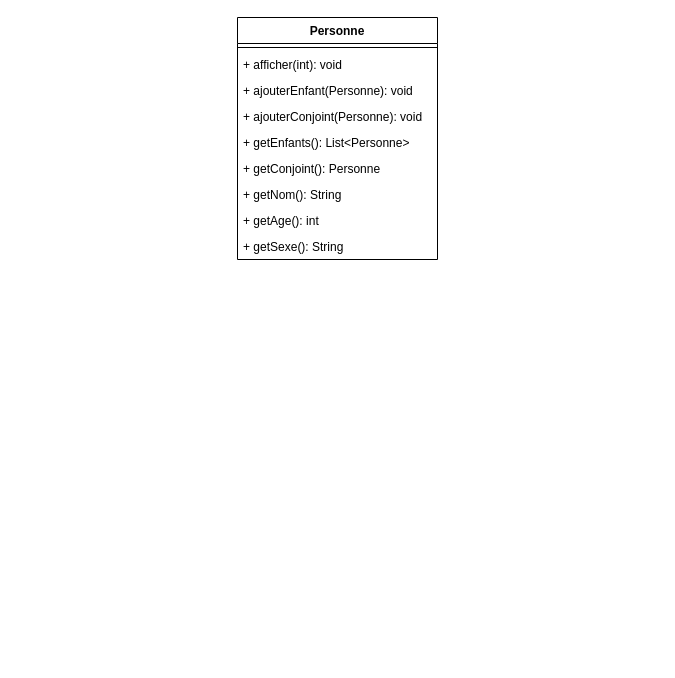
This is src/main/java/structural/composite/composite.drawio from ErwanLT/designPattern, a draw.io file, before an edit. Source tidied: cells renumbered, new cells numbered last; positions are measured from the earlier drawing's top-left corner, leaving out a move shared by most shapes. Both pictures are drawn from the tidied source at 100%, with x=0, y=0 at pixel (237, 17).
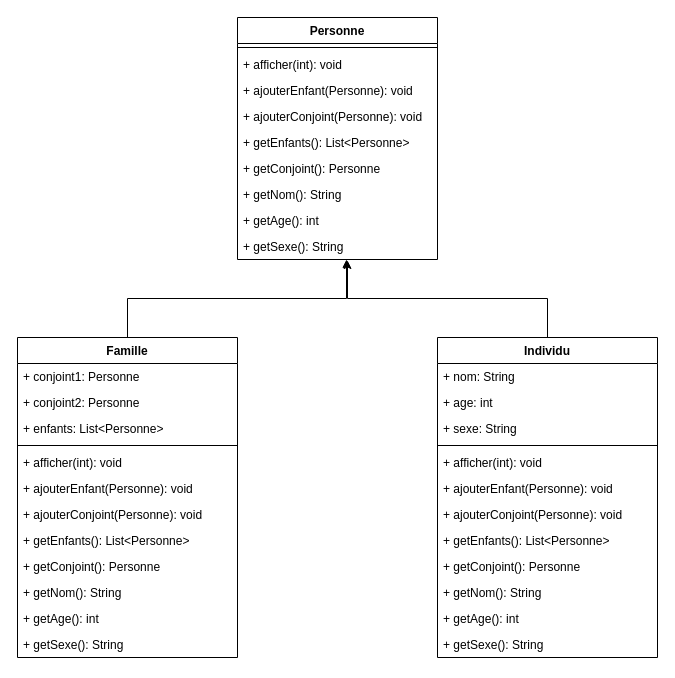
The same diagram, later.

Commit message (it also covers changes not shown here):
Mettre à jour composite.drawio

The change refers to these unchanged cells:
```xml
<mxCell id="11" value="+ getSexe(): String" style="text;strokeColor=none;fillColor=none;align=left;verticalAlign=top;spacingLeft=4;spacingRight=4;overflow=hidden;points=[[0,0.5],[1,0.5]];portConstraint=eastwest;whiteSpace=wrap;html=1;" parent="2" vertex="1">
  <mxGeometry y="216" width="200" height="26" as="geometry" />
</mxCell>
```

Change to the diagram source:
```diff
@@
+    <mxCell id="12" value="Famille" style="swimlane;fontStyle=1;align=center;verticalAlign=top;horizontal=1;startSize=26;whiteSpace=wrap;html=1;" parent="1" vertex="1">
+      <mxGeometry x="-220" y="320" width="220" height="320" as="geometry" />
+    </mxCell>
+    <mxCell id="13" value="+ conjoint1: Personne" style="text;strokeColor=none;fillColor=none;align=left;verticalAlign=top;spacingLeft=4;spacingRight=4;overflow=hidden;whiteSpace=wrap;html=1;" parent="12" vertex="1">
+      <mxGeometry y="26" width="220" height="26" as="geometry" />
+    </mxCell>
+    <mxCell id="14" value="+ conjoint2: Personne" style="text;strokeColor=none;fillColor=none;align=left;verticalAlign=top;spacingLeft=4;spacingRight=4;overflow=hidden;whiteSpace=wrap;html=1;" parent="12" vertex="1">
+      <mxGeometry y="52" width="220" height="26" as="geometry" />
+    </mxCell>
+    <mxCell id="15" value="+ enfants: List&amp;lt;Personne&amp;gt;" style="text;strokeColor=none;fillColor=none;align=left;verticalAlign=top;spacingLeft=4;spacingRight=4;overflow=hidden;whiteSpace=wrap;html=1;" parent="12" vertex="1">
+      <mxGeometry y="78" width="220" height="26" as="geometry" />
+    </mxCell>
+    <mxCell id="16" style="line;strokeWidth=1;fillColor=none;align=left;verticalAlign=middle;spacingTop=-1;spacingLeft=3;spacingRight=3;labelPosition=right;strokeColor=inherit;" parent="12" vertex="1">
+      <mxGeometry y="104" width="220" height="8" as="geometry" />
+    </mxCell>
+    <mxCell id="17" value="+ afficher(int): void" style="text;strokeColor=none;fillColor=none;align=left;verticalAlign=top;spacingLeft=4;spacingRight=4;overflow=hidden;whiteSpace=wrap;html=1;" parent="12" vertex="1">
+      <mxGeometry y="112" width="220" height="26" as="geometry" />
+    </mxCell>
+    <mxCell id="18" value="+ ajouterEnfant(Personne): void" style="text;strokeColor=none;fillColor=none;align=left;verticalAlign=top;spacingLeft=4;spacingRight=4;overflow=hidden;whiteSpace=wrap;html=1;" parent="12" vertex="1">
+      <mxGeometry y="138" width="220" height="26" as="geometry" />
+    </mxCell>
+    <mxCell id="19" value="+ ajouterConjoint(Personne): void" style="text;strokeColor=none;fillColor=none;align=left;verticalAlign=top;spacingLeft=4;spacingRight=4;overflow=hidden;whiteSpace=wrap;html=1;" parent="12" vertex="1">
+      <mxGeometry y="164" width="220" height="26" as="geometry" />
+    </mxCell>
+    <mxCell id="20" value="+ getEnfants(): List&amp;lt;Personne&amp;gt;" style="text;strokeColor=none;fillColor=none;align=left;verticalAlign=top;spacingLeft=4;spacingRight=4;overflow=hidden;whiteSpace=wrap;html=1;" parent="12" vertex="1">
+      <mxGeometry y="190" width="220" height="26" as="geometry" />
+    </mxCell>
+    <mxCell id="21" value="+ getConjoint(): Personne" style="text;strokeColor=none;fillColor=none;align=left;verticalAlign=top;spacingLeft=4;spacingRight=4;overflow=hidden;whiteSpace=wrap;html=1;" parent="12" vertex="1">
+      <mxGeometry y="216" width="220" height="26" as="geometry" />
+    </mxCell>
+    <mxCell id="22" value="+ getNom(): String" style="text;strokeColor=none;fillColor=none;align=left;verticalAlign=top;spacingLeft=4;spacingRight=4;overflow=hidden;whiteSpace=wrap;html=1;" parent="12" vertex="1">
+      <mxGeometry y="242" width="220" height="26" as="geometry" />
+    </mxCell>
+    <mxCell id="23" value="+ getAge(): int" style="text;strokeColor=none;fillColor=none;align=left;verticalAlign=top;spacingLeft=4;spacingRight=4;overflow=hidden;whiteSpace=wrap;html=1;" parent="12" vertex="1">
+      <mxGeometry y="268" width="220" height="26" as="geometry" />
+    </mxCell>
+    <mxCell id="24" value="+ getSexe(): String" style="text;strokeColor=none;fillColor=none;align=left;verticalAlign=top;spacingLeft=4;spacingRight=4;overflow=hidden;whiteSpace=wrap;html=1;" parent="12" vertex="1">
+      <mxGeometry y="294" width="220" height="26" as="geometry" />
+    </mxCell>
+    <mxCell id="25" value="Individu" style="swimlane;fontStyle=1;align=center;verticalAlign=top;horizontal=1;startSize=26;whiteSpace=wrap;html=1;" parent="1" vertex="1">
+      <mxGeometry x="200" y="320" width="220" height="320" as="geometry" />
+    </mxCell>
+    <mxCell id="26" value="+ nom: String" style="text;strokeColor=none;fillColor=none;align=left;verticalAlign=top;spacingLeft=4;spacingRight=4;overflow=hidden;whiteSpace=wrap;html=1;" parent="25" vertex="1">
+      <mxGeometry y="26" width="220" height="26" as="geometry" />
+    </mxCell>
+    <mxCell id="27" value="+ age: int" style="text;strokeColor=none;fillColor=none;align=left;verticalAlign=top;spacingLeft=4;spacingRight=4;overflow=hidden;whiteSpace=wrap;html=1;" parent="25" vertex="1">
+      <mxGeometry y="52" width="220" height="26" as="geometry" />
+    </mxCell>
+    <mxCell id="28" value="+ sexe: String" style="text;strokeColor=none;fillColor=none;align=left;verticalAlign=top;spacingLeft=4;spacingRight=4;overflow=hidden;whiteSpace=wrap;html=1;" parent="25" vertex="1">
+      <mxGeometry y="78" width="220" height="26" as="geometry" />
+    </mxCell>
+    <mxCell id="29" style="line;strokeWidth=1;fillColor=none;align=left;verticalAlign=middle;spacingTop=-1;spacingLeft=3;spacingRight=3;labelPosition=right;strokeColor=inherit;" parent="25" vertex="1">
+      <mxGeometry y="104" width="220" height="8" as="geometry" />
+    </mxCell>
+    <mxCell id="30" value="+ afficher(int): void" style="text;strokeColor=none;fillColor=none;align=left;verticalAlign=top;spacingLeft=4;spacingRight=4;overflow=hidden;whiteSpace=wrap;html=1;" parent="25" vertex="1">
+      <mxGeometry y="112" width="220" height="26" as="geometry" />
+    </mxCell>
+    <mxCell id="31" value="+ ajouterEnfant(Personne): void" style="text;strokeColor=none;fillColor=none;align=left;verticalAlign=top;spacingLeft=4;spacingRight=4;overflow=hidden;whiteSpace=wrap;html=1;" parent="25" vertex="1">
+      <mxGeometry y="138" width="220" height="26" as="geometry" />
+    </mxCell>
+    <mxCell id="32" value="+ ajouterConjoint(Personne): void" style="text;strokeColor=none;fillColor=none;align=left;verticalAlign=top;spacingLeft=4;spacingRight=4;overflow=hidden;whiteSpace=wrap;html=1;" parent="25" vertex="1">
+      <mxGeometry y="164" width="220" height="26" as="geometry" />
+    </mxCell>
+    <mxCell id="33" value="+ getEnfants(): List&amp;lt;Personne&amp;gt;" style="text;strokeColor=none;fillColor=none;align=left;verticalAlign=top;spacingLeft=4;spacingRight=4;overflow=hidden;whiteSpace=wrap;html=1;" parent="25" vertex="1">
+      <mxGeometry y="190" width="220" height="26" as="geometry" />
+    </mxCell>
+    <mxCell id="34" value="+ getConjoint(): Personne" style="text;strokeColor=none;fillColor=none;align=left;verticalAlign=top;spacingLeft=4;spacingRight=4;overflow=hidden;whiteSpace=wrap;html=1;" parent="25" vertex="1">
+      <mxGeometry y="216" width="220" height="26" as="geometry" />
+    </mxCell>
+    <mxCell id="35" value="+ getNom(): String" style="text;strokeColor=none;fillColor=none;align=left;verticalAlign=top;spacingLeft=4;spacingRight=4;overflow=hidden;whiteSpace=wrap;html=1;" parent="25" vertex="1">
+      <mxGeometry y="242" width="220" height="26" as="geometry" />
+    </mxCell>
+    <mxCell id="36" value="+ getAge(): int" style="text;strokeColor=none;fillColor=none;align=left;verticalAlign=top;spacingLeft=4;spacingRight=4;overflow=hidden;whiteSpace=wrap;html=1;" parent="25" vertex="1">
+      <mxGeometry y="268" width="220" height="26" as="geometry" />
+    </mxCell>
+    <mxCell id="37" value="+ getSexe(): String" style="text;strokeColor=none;fillColor=none;align=left;verticalAlign=top;spacingLeft=4;spacingRight=4;overflow=hidden;whiteSpace=wrap;html=1;" parent="25" vertex="1">
+      <mxGeometry y="294" width="220" height="26" as="geometry" />
+    </mxCell>
+    <mxCell id="38" style="edgeStyle=orthogonalEdgeStyle;rounded=0;jettySize=auto;html=1;entryX=0.545;entryY=1;entryDx=0;entryDy=0;entryPerimeter=0;" parent="1" edge="1" source="12" target="11">
+      <mxGeometry relative="1" as="geometry" />
+    </mxCell>
+    <mxCell id="39" style="edgeStyle=orthogonalEdgeStyle;rounded=0;jettySize=auto;html=1;entryX=0.55;entryY=1.038;entryDx=0;entryDy=0;entryPerimeter=0;" parent="1" edge="1" source="25" target="11">
+      <mxGeometry relative="1" as="geometry" />
+    </mxCell>
```
